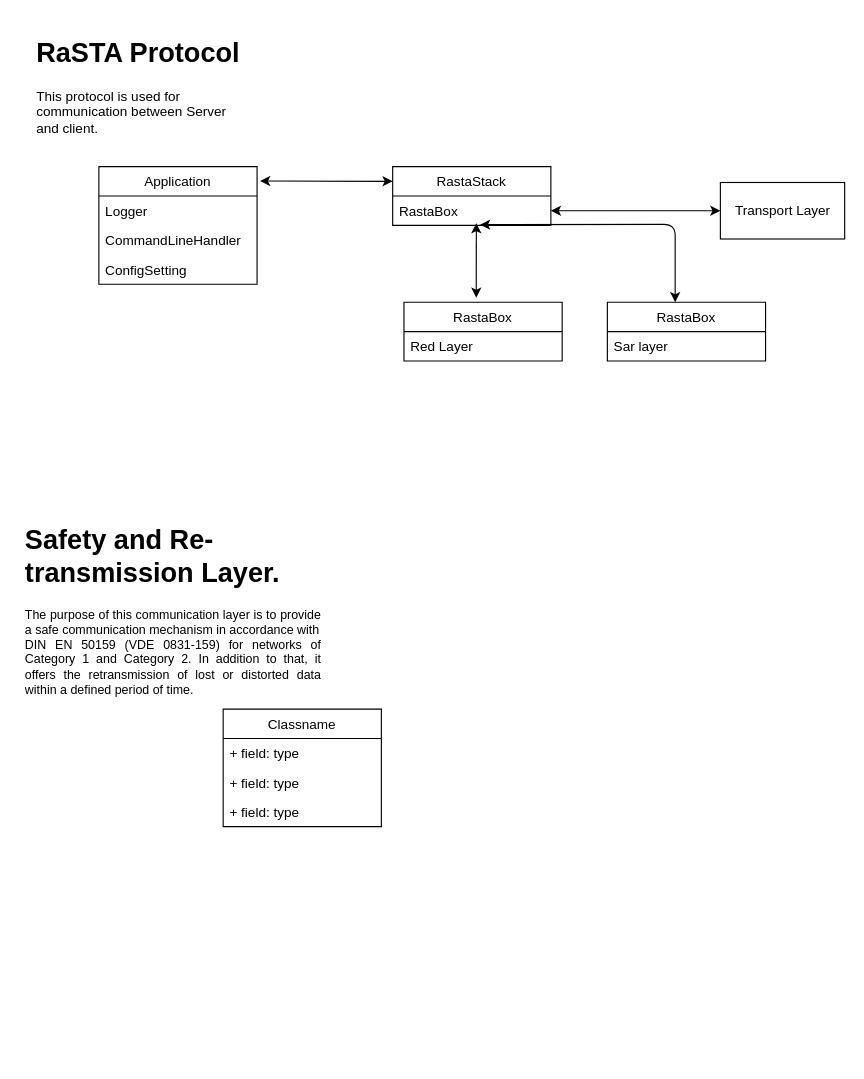
Earlier version of the draw.io diagram Untitled Diagram.drawio (rvsolanki97/Speaker_Identification_python_project). Source tidied: cells renumbered, new cells numbered last; positions are measured from the earlier drawing's top-left corner, leaving out a move shared by most shapes. Both pictures are drawn from the tidied source at 113%, with x=0, y=0 at pixel (19, 31).
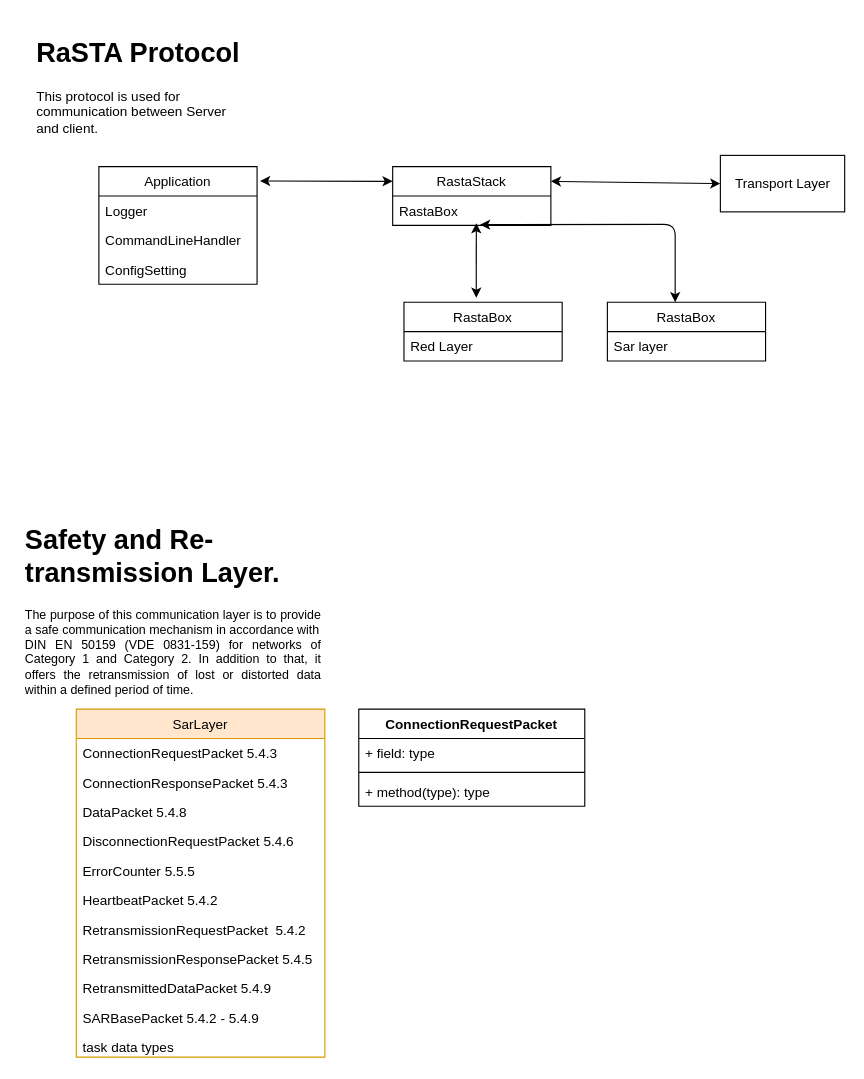
Above is the later version.

The change refers to these unchanged cells:
```xml
<mxCell id="9" value="RastaStack" style="swimlane;fontStyle=0;horizontal=1;startSize=26;fillColor=none;" parent="1" vertex="1">
  <mxGeometry x="330" y="120" width="140" height="52" as="geometry" />
</mxCell>
<mxCell id="10" value="RastaBox" style="text;strokeColor=none;fillColor=none;align=left;verticalAlign=top;spacingLeft=4;spacingRight=4;overflow=hidden;points=[[0,0.5],[1,0.5]];portConstraint=eastwest;" parent="9" vertex="1">
  <mxGeometry y="26" width="140" height="26" as="geometry" />
</mxCell>
```

The edit, as a diff of the source:
```diff
@@
     <mxCell id="7" value="Transport Layer" style="html=1;" parent="1" vertex="1">
-      <mxGeometry x="620" y="134" width="110" height="50" as="geometry" />
+      <mxGeometry x="620" y="110" width="110" height="50" as="geometry" />
     </mxCell>
@@
-    <mxCell id="11" style="endArrow=classic;startArrow=classic;html=1;exitX=1;exitY=0.5;exitDx=0;exitDy=0;entryX=0;entryY=0.5;entryDx=0;entryDy=0;" parent="1" edge="1" source="10" target="7">
+    <mxCell id="11" style="endArrow=classic;startArrow=classic;html=1;exitX=1;exitY=0.25;exitDx=0;exitDy=0;entryX=0;entryY=0.5;entryDx=0;entryDy=0;" parent="1" edge="1" source="9" target="7">
       <mxGeometry relative="1" as="geometry" />
     </mxCell>
@@
-    <mxCell id="19" value="Classname" style="swimlane;fontStyle=0;horizontal=1;startSize=26;fillColor=none;" parent="1" vertex="1">
-      <mxGeometry x="180" y="600" width="140" height="104" as="geometry" />
+    <mxCell id="19" value="SarLayer" style="swimlane;fontStyle=0;horizontal=1;startSize=26;fillColor=#ffe6cc;strokeColor=#d79b00;" parent="1" vertex="1">
+      <mxGeometry x="50" y="600" width="220" height="308" as="geometry" />
     </mxCell>
-    <mxCell id="20" value="+ field: type" style="text;strokeColor=none;fillColor=none;align=left;verticalAlign=top;spacingLeft=4;spacingRight=4;overflow=hidden;" parent="19" vertex="1">
-      <mxGeometry y="26" width="140" height="26" as="geometry" />
+    <mxCell id="20" value="ConnectionRequestPacket 5.4.3" style="text;strokeColor=none;fillColor=none;align=left;verticalAlign=top;spacingLeft=4;spacingRight=4;overflow=hidden;" parent="19" vertex="1">
+      <mxGeometry y="26" width="220" height="26" as="geometry" />
     </mxCell>
-    <mxCell id="21" value="+ field: type" style="text;strokeColor=none;fillColor=none;align=left;verticalAlign=top;spacingLeft=4;spacingRight=4;overflow=hidden;" parent="19" vertex="1">
-      <mxGeometry y="52" width="140" height="26" as="geometry" />
+    <mxCell id="21" value="ConnectionResponsePacket 5.4.3" style="text;strokeColor=none;fillColor=none;align=left;verticalAlign=top;spacingLeft=4;spacingRight=4;overflow=hidden;" parent="19" vertex="1">
+      <mxGeometry y="52" width="220" height="26" as="geometry" />
     </mxCell>
-    <mxCell id="22" value="+ field: type" style="text;strokeColor=none;fillColor=none;align=left;verticalAlign=top;spacingLeft=4;spacingRight=4;overflow=hidden;" parent="19" vertex="1">
-      <mxGeometry y="78" width="140" height="26" as="geometry" />
+    <mxCell id="22" value="DataPacket 5.4.8" style="text;strokeColor=none;fillColor=none;align=left;verticalAlign=top;spacingLeft=4;spacingRight=4;overflow=hidden;" parent="19" vertex="1">
+      <mxGeometry y="78" width="220" height="26" as="geometry" />
     </mxCell>
+    <mxCell id="23" value="DisconnectionRequestPacket 5.4.6" style="text;strokeColor=none;fillColor=none;align=left;verticalAlign=top;spacingLeft=4;spacingRight=4;overflow=hidden;" parent="19" vertex="1">
+      <mxGeometry y="104" width="220" height="26" as="geometry" />
+    </mxCell>
+    <mxCell id="24" value="ErrorCounter 5.5.5" style="text;strokeColor=none;fillColor=none;align=left;verticalAlign=top;spacingLeft=4;spacingRight=4;overflow=hidden;" parent="19" vertex="1">
+      <mxGeometry y="130" width="220" height="26" as="geometry" />
+    </mxCell>
+    <mxCell id="25" value="HeartbeatPacket 5.4.2" style="text;strokeColor=none;fillColor=none;align=left;verticalAlign=top;spacingLeft=4;spacingRight=4;overflow=hidden;" parent="19" vertex="1">
+      <mxGeometry y="156" width="220" height="26" as="geometry" />
+    </mxCell>
+    <mxCell id="26" value="RetransmissionRequestPacket  5.4.2" style="text;strokeColor=none;fillColor=none;align=left;verticalAlign=top;spacingLeft=4;spacingRight=4;overflow=hidden;" parent="19" vertex="1">
+      <mxGeometry y="182" width="220" height="26" as="geometry" />
+    </mxCell>
+    <mxCell id="27" value="RetransmissionResponsePacket 5.4.5" style="text;strokeColor=none;fillColor=none;align=left;verticalAlign=top;spacingLeft=4;spacingRight=4;overflow=hidden;" parent="19" vertex="1">
+      <mxGeometry y="208" width="220" height="26" as="geometry" />
+    </mxCell>
+    <mxCell id="28" value="RetransmittedDataPacket 5.4.9" style="text;strokeColor=none;fillColor=none;align=left;verticalAlign=top;spacingLeft=4;spacingRight=4;overflow=hidden;" parent="19" vertex="1">
+      <mxGeometry y="234" width="220" height="26" as="geometry" />
+    </mxCell>
+    <mxCell id="29" value="SARBasePacket 5.4.2 - 5.4.9" style="text;strokeColor=none;fillColor=none;align=left;verticalAlign=top;spacingLeft=4;spacingRight=4;overflow=hidden;" parent="19" vertex="1">
+      <mxGeometry y="260" width="220" height="26" as="geometry" />
+    </mxCell>
+    <mxCell id="30" value="task data types" style="text;strokeColor=none;fillColor=none;align=left;verticalAlign=top;spacingLeft=4;spacingRight=4;overflow=hidden;" parent="19" vertex="1">
+      <mxGeometry y="286" width="220" height="22" as="geometry" />
+    </mxCell>
+    <mxCell id="31" value="ConnectionRequestPacket" style="swimlane;fontStyle=1;align=center;verticalAlign=top;horizontal=1;startSize=26;" parent="1" vertex="1">
+      <mxGeometry x="300" y="600" width="200" height="86" as="geometry" />
+    </mxCell>
+    <mxCell id="32" value="+ field: type" style="text;strokeColor=none;fillColor=none;align=left;verticalAlign=top;spacingLeft=4;spacingRight=4;overflow=hidden;" parent="31" vertex="1">
+      <mxGeometry y="26" width="200" height="26" as="geometry" />
+    </mxCell>
+    <mxCell id="33" style="line;strokeWidth=1;fillColor=none;align=left;verticalAlign=middle;spacingTop=-1;spacingLeft=3;spacingRight=3;labelPosition=right;" parent="31" vertex="1">
+      <mxGeometry y="52" width="200" height="8" as="geometry" />
+    </mxCell>
+    <mxCell id="34" value="+ method(type): type" style="text;strokeColor=none;fillColor=none;align=left;verticalAlign=top;spacingLeft=4;spacingRight=4;overflow=hidden;" parent="31" vertex="1">
+      <mxGeometry y="60" width="200" height="26" as="geometry" />
+    </mxCell>
```
